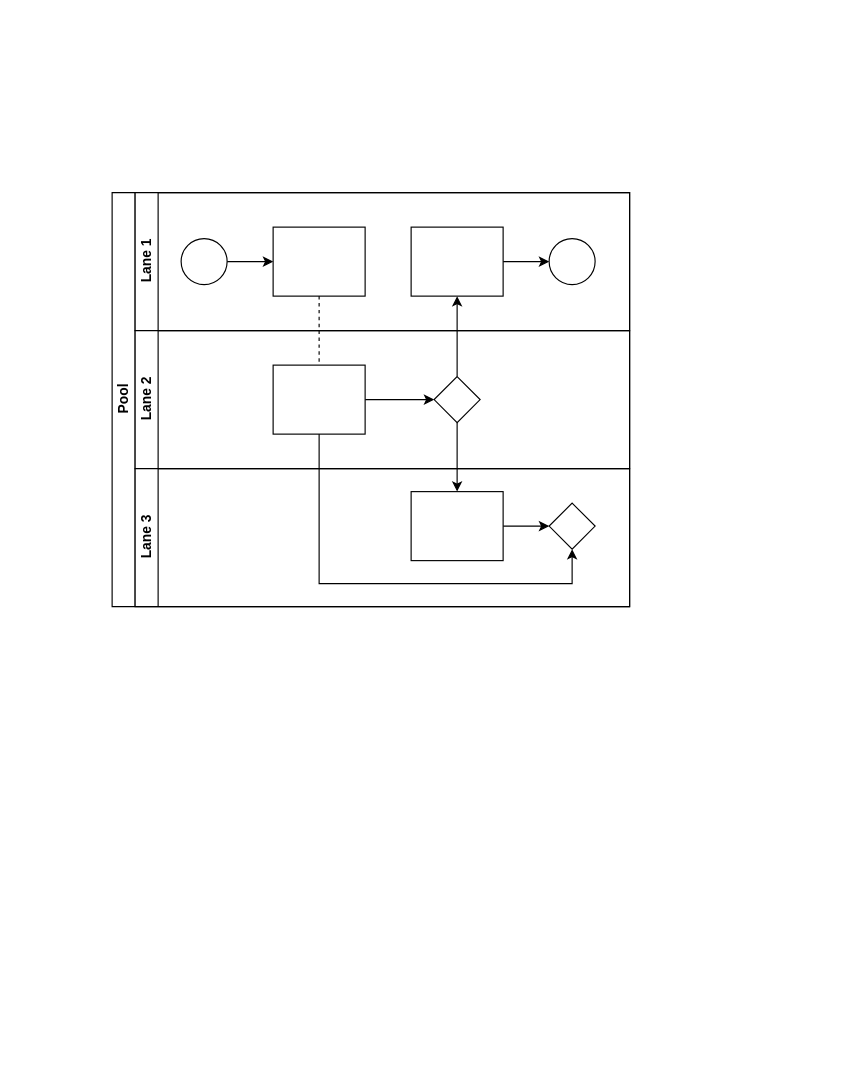
Earlier version of the draw.io diagram First.drawio (MichalHasekRB/my-Diagrams). Source tidied: cells renumbered, new cells numbered last; positions are measured from the earlier drawing's top-left corner, leaving out a move shared by most shapes. Both pictures are drawn from the tidied source at 115%, with x=0, y=0 at pixel (112, 192).
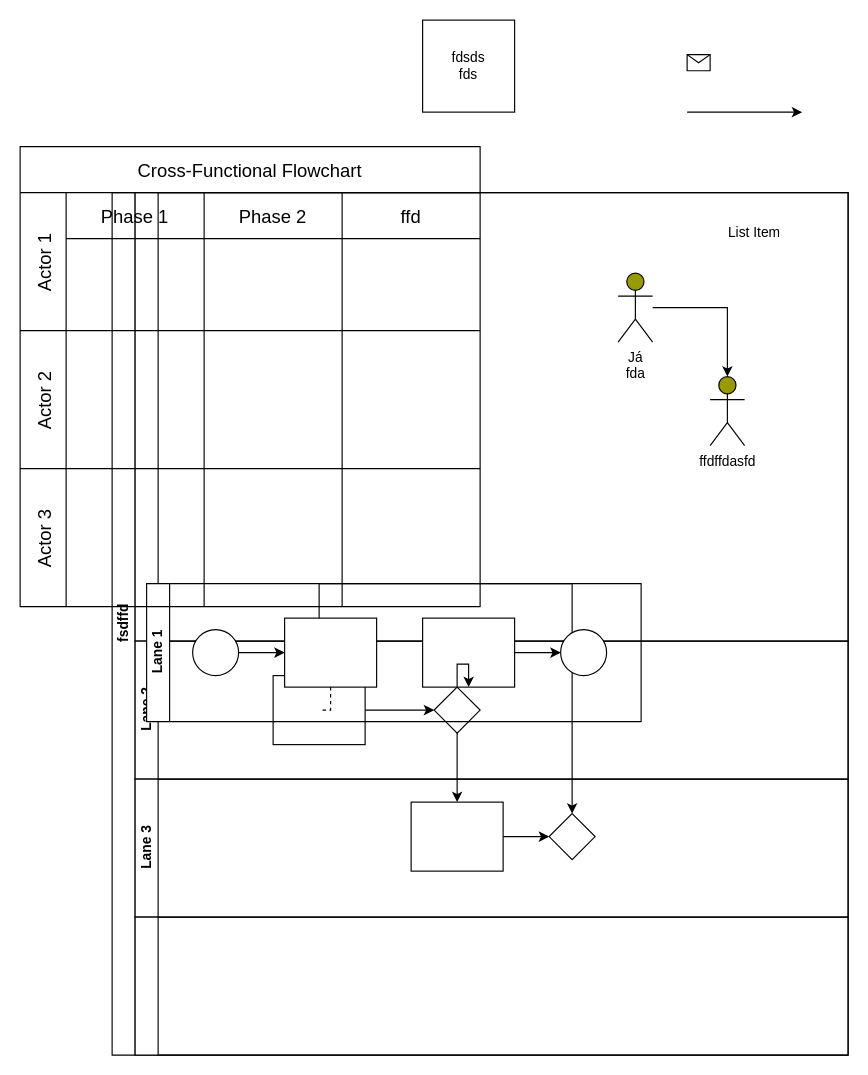
The same diagram, later.

The change refers to these unchanged cells:
```xml
<mxCell id="16" style="rounded=0;whiteSpace=wrap;html=1;fontFamily=Helvetica;fontSize=12;fontColor=#000000;align=center;" parent="14" vertex="1">
  <mxGeometry x="120" y="30" width="80" height="60" as="geometry" />
</mxCell>
<mxCell id="17" style="rhombus;whiteSpace=wrap;html=1;fontFamily=Helvetica;fontSize=12;fontColor=#000000;align=center;" parent="14" vertex="1">
  <mxGeometry x="260" y="40" width="40" height="40" as="geometry" />
</mxCell>
```

Change to the diagram source:
```diff
@@
-    <mxCell id="2" value="Pool" style="swimlane;html=1;horizontal=0;startSize=20;" parent="1" vertex="1">
-      <mxGeometry width="450" height="360" as="geometry" />
+    <mxCell id="2" value="fsdffd" style="swimlane;html=1;horizontal=0;startSize=20;" parent="1" vertex="1">
+      <mxGeometry width="640" height="750" as="geometry" />
     </mxCell>
-    <mxCell id="3" style="edgeStyle=orthogonalEdgeStyle;rounded=0;jettySize=auto;html=1;dashed=1;endArrow=none;endFill=0;" parent="2" edge="1" source="10" target="16">
-      <mxGeometry relative="1" as="geometry" />
-    </mxCell>
-    <mxCell id="4" style="edgeStyle=orthogonalEdgeStyle;rounded=0;jettySize=auto;html=1;endArrow=classic;endFill=1;" parent="2" edge="1" source="17" target="12">
-      <mxGeometry relative="1" as="geometry" />
-    </mxCell>
@@
-    <mxCell id="7" value="Lane 1" style="swimlane;html=1;startSize=20;horizontal=0;" parent="2" vertex="1">
-      <mxGeometry x="20" width="430" height="120" as="geometry" />
-    </mxCell>
-    <mxCell id="8" style="edgeStyle=orthogonalEdgeStyle;rounded=0;jettySize=auto;html=1;" parent="7" edge="1" source="9" target="10">
-      <mxGeometry relative="1" as="geometry" />
-    </mxCell>
-    <mxCell id="9" style="ellipse;whiteSpace=wrap;html=1;" parent="7" vertex="1">
-      <mxGeometry x="40" y="40" width="40" height="40" as="geometry" />
-    </mxCell>
-    <mxCell id="10" style="rounded=0;whiteSpace=wrap;html=1;fontFamily=Helvetica;fontSize=12;fontColor=#000000;align=center;" parent="7" vertex="1">
-      <mxGeometry x="120" y="30" width="80" height="60" as="geometry" />
-    </mxCell>
-    <mxCell id="11" style="edgeStyle=orthogonalEdgeStyle;rounded=0;jettySize=auto;html=1;endArrow=classic;endFill=1;" parent="7" edge="1" source="12" target="13">
-      <mxGeometry relative="1" as="geometry" />
-    </mxCell>
-    <mxCell id="12" style="rounded=0;whiteSpace=wrap;html=1;fontFamily=Helvetica;fontSize=12;fontColor=#000000;align=center;" parent="7" vertex="1">
-      <mxGeometry x="240" y="30" width="80" height="60" as="geometry" />
-    </mxCell>
-    <mxCell id="13" style="ellipse;whiteSpace=wrap;html=1;" parent="7" vertex="1">
-      <mxGeometry x="360" y="40" width="40" height="40" as="geometry" />
-    </mxCell>
+    <mxCell id="22" style="swimlane;html=1;startSize=20;horizontal=0;" parent="2" vertex="1">
+      <mxGeometry x="20" width="620" height="390" as="geometry" />
+    </mxCell>
+    <mxCell id="23" style="edgeStyle=orthogonalEdgeStyle;rounded=0;jettySize=auto;html=1;" parent="22" edge="1" source="24" target="25">
+      <mxGeometry relative="1" as="geometry" />
+    </mxCell>
+    <mxCell id="24" value="Já&lt;br&gt;fda" style="shape=umlActor;verticalLabelPosition=bottom;verticalAlign=top;html=1;outlineConnect=0;flipH=1;flipV=0;fillColor=#999900;" parent="22" vertex="1">
+      <mxGeometry x="420" y="70" width="30" height="60" as="geometry" />
+    </mxCell>
+    <mxCell id="25" value="ffdffdasfd" style="shape=umlActor;verticalLabelPosition=bottom;verticalAlign=top;html=1;outlineConnect=0;flipH=1;flipV=0;fillColor=#999900;" parent="22" vertex="1">
+      <mxGeometry x="500" y="160" width="30" height="60" as="geometry" />
+    </mxCell>
+    <mxCell id="26" value="List Item" style="text;strokeColor=none;fillColor=none;align=left;verticalAlign=middle;spacingLeft=4;spacingRight=4;overflow=hidden;whiteSpace=wrap;html=1;" parent="22" vertex="1">
+      <mxGeometry x="510" y="20" width="80" height="30" as="geometry" />
+    </mxCell>
     <mxCell id="14" value="Lane 2" style="swimlane;html=1;startSize=20;horizontal=0;" parent="2" vertex="1">
-      <mxGeometry x="20" y="120" width="430" height="120" as="geometry" />
+      <mxGeometry x="20" y="390" width="620" height="120" as="geometry" />
     </mxCell>
@@
     <mxCell id="18" value="Lane 3" style="swimlane;html=1;startSize=20;horizontal=0;" parent="2" vertex="1">
-      <mxGeometry x="20" y="240" width="430" height="120" as="geometry" />
+      <mxGeometry x="20" y="510" width="620" height="120" as="geometry" />
     </mxCell>
@@
+    <mxCell id="27" style="swimlane;html=1;startSize=20;horizontal=0;" parent="2" vertex="1">
+      <mxGeometry x="20" y="630" width="620" height="120" as="geometry" />
+    </mxCell>
+    <mxCell id="7" value="Lane 1" style="swimlane;html=1;startSize=20;horizontal=0;" parent="1" vertex="1">
+      <mxGeometry x="30" y="340" width="430" height="120" as="geometry" />
+    </mxCell>
+    <mxCell id="8" style="edgeStyle=orthogonalEdgeStyle;rounded=0;jettySize=auto;html=1;" parent="7" edge="1" source="9" target="10">
+      <mxGeometry relative="1" as="geometry" />
+    </mxCell>
+    <mxCell id="9" style="ellipse;whiteSpace=wrap;html=1;" parent="7" vertex="1">
+      <mxGeometry x="40" y="40" width="40" height="40" as="geometry" />
+    </mxCell>
+    <mxCell id="10" style="rounded=0;whiteSpace=wrap;html=1;fontFamily=Helvetica;fontSize=12;fontColor=#000000;align=center;" parent="7" vertex="1">
+      <mxGeometry x="120" y="30" width="80" height="60" as="geometry" />
+    </mxCell>
+    <mxCell id="11" style="edgeStyle=orthogonalEdgeStyle;rounded=0;jettySize=auto;html=1;endArrow=classic;endFill=1;" parent="7" edge="1" source="12" target="13">
+      <mxGeometry relative="1" as="geometry" />
+    </mxCell>
+    <mxCell id="12" style="rounded=0;whiteSpace=wrap;html=1;fontFamily=Helvetica;fontSize=12;fontColor=#000000;align=center;" parent="7" vertex="1">
+      <mxGeometry x="240" y="30" width="80" height="60" as="geometry" />
+    </mxCell>
+    <mxCell id="13" style="ellipse;whiteSpace=wrap;html=1;" parent="7" vertex="1">
+      <mxGeometry x="360" y="40" width="40" height="40" as="geometry" />
+    </mxCell>
+    <mxCell id="3" style="edgeStyle=orthogonalEdgeStyle;rounded=0;jettySize=auto;html=1;dashed=1;endArrow=none;endFill=0;" parent="1" edge="1" source="10" target="16">
+      <mxGeometry relative="1" as="geometry" />
+    </mxCell>
+    <mxCell id="4" style="edgeStyle=orthogonalEdgeStyle;rounded=0;jettySize=auto;html=1;endArrow=classic;endFill=1;" parent="1" edge="1" source="17" target="12">
+      <mxGeometry relative="1" as="geometry" />
+    </mxCell>
+    <mxCell id="28" value="Cross-Functional Flowchart" style="shape=table;childLayout=tableLayout;startSize=40;fontSize=16;" parent="1" vertex="1">
+      <mxGeometry x="-80" y="-40" width="400" height="400" as="geometry" />
+    </mxCell>
+    <mxCell id="29" value="Actor 1" style="shape=tableRow;horizontal=0;swimlaneHead=0;swimlaneBody=0;top=0;left=0;strokeColor=inherit;bottom=0;right=0;fontStyle=0;fillColor=none;startSize=40;fontSize=16;" parent="28" vertex="1">
+      <mxGeometry y="40" width="400" height="120" as="geometry" />
+    </mxCell>
+    <mxCell id="30" value="Phase 1" style="swimlane;swimlaneHead=0;swimlaneBody=0;fontStyle=0;strokeColor=inherit;fillColor=none;startSize=40;fontSize=16;" parent="29" vertex="1">
+      <mxGeometry x="40" width="120" height="120" as="geometry" />
+    </mxCell>
+    <mxCell id="31" value="Phase 2" style="swimlane;swimlaneHead=0;swimlaneBody=0;fontStyle=0;strokeColor=inherit;fillColor=none;startSize=40;fontSize=16;" parent="29" vertex="1">
+      <mxGeometry x="160" width="120" height="120" as="geometry" />
+    </mxCell>
+    <mxCell id="32" value="ffd" style="swimlane;swimlaneHead=0;swimlaneBody=0;fontStyle=0;strokeColor=inherit;fillColor=none;startSize=40;fontSize=16;" parent="29" vertex="1">
+      <mxGeometry x="280" width="120" height="120" as="geometry" />
+    </mxCell>
+    <mxCell id="33" value="Actor 2" style="shape=tableRow;horizontal=0;swimlaneHead=0;swimlaneBody=0;top=0;left=0;strokeColor=inherit;bottom=0;right=0;fontStyle=0;fillColor=none;startSize=40;fontSize=16;" parent="28" vertex="1">
+      <mxGeometry y="160" width="400" height="120" as="geometry" />
+    </mxCell>
+    <mxCell id="34" style="swimlane;swimlaneHead=0;swimlaneBody=0;fontStyle=0;strokeColor=inherit;fillColor=none;startSize=0;fontSize=16;" parent="33" vertex="1">
+      <mxGeometry x="40" width="120" height="120" as="geometry" />
+    </mxCell>
+    <mxCell id="35" style="swimlane;swimlaneHead=0;swimlaneBody=0;fontStyle=0;strokeColor=inherit;fillColor=none;startSize=0;fontSize=16;" parent="33" vertex="1">
+      <mxGeometry x="160" width="120" height="120" as="geometry" />
+    </mxCell>
+    <mxCell id="36" style="swimlane;swimlaneHead=0;swimlaneBody=0;fontStyle=0;strokeColor=inherit;fillColor=none;startSize=0;fontSize=16;" parent="33" vertex="1">
+      <mxGeometry x="280" width="120" height="120" as="geometry" />
+    </mxCell>
+    <mxCell id="37" value="Actor 3" style="shape=tableRow;horizontal=0;swimlaneHead=0;swimlaneBody=0;top=0;left=0;strokeColor=inherit;bottom=0;right=0;fontStyle=0;fillColor=none;startSize=40;fontSize=16;" parent="28" vertex="1">
+      <mxGeometry y="280" width="400" height="120" as="geometry" />
+    </mxCell>
+    <mxCell id="38" style="swimlane;swimlaneHead=0;swimlaneBody=0;fontStyle=0;strokeColor=inherit;fillColor=none;startSize=0;fontSize=16;" parent="37" vertex="1">
+      <mxGeometry x="40" width="120" height="120" as="geometry" />
+    </mxCell>
+    <mxCell id="39" style="swimlane;swimlaneHead=0;swimlaneBody=0;fontStyle=0;strokeColor=inherit;fillColor=none;startSize=0;fontSize=16;" parent="37" vertex="1">
+      <mxGeometry x="160" width="120" height="120" as="geometry" />
+    </mxCell>
+    <mxCell id="40" style="swimlane;swimlaneHead=0;swimlaneBody=0;fontStyle=0;strokeColor=inherit;fillColor=none;startSize=0;fontSize=16;" parent="37" vertex="1">
+      <mxGeometry x="280" width="120" height="120" as="geometry" />
+    </mxCell>
+    <mxCell id="41" style="endArrow=classic;html=1;rounded=0;" parent="1" edge="1">
+      <mxGeometry relative="1" as="geometry">
+        <mxPoint x="500" y="-70" as="sourcePoint" />
+        <mxPoint x="600" y="-70" as="targetPoint" />
+      </mxGeometry>
+    </mxCell>
+    <mxCell id="42" style="shape=message;html=1;" parent="41" vertex="1">
+      <mxGeometry width="20" height="14" relative="1" as="geometry">
+        <mxPoint x="-50" y="-50" as="offset" />
+      </mxGeometry>
+    </mxCell>
+    <mxCell id="43" value="fdsds&lt;br&gt;fds" style="whiteSpace=wrap;html=1;" parent="1" vertex="1">
+      <mxGeometry x="270" y="-150" width="80" height="80" as="geometry" />
+    </mxCell>
```
